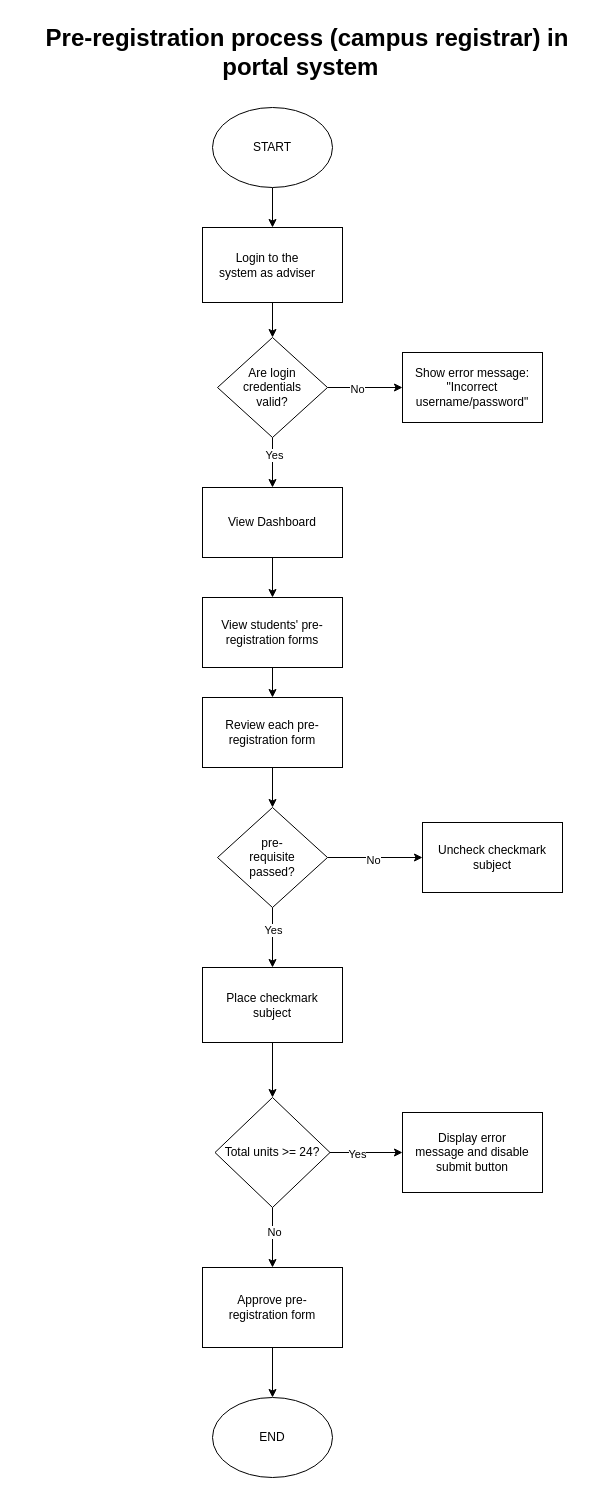
This is Flowcharts/Pre-registration Process- Campus Registrar in portal system (Assignment).drawio from samantha-arabella-r/School-Works, a draw.io file, before an edit. Source tidied: cells renumbered, new cells numbered last; positions are measured from the earlier drawing's top-left corner, leaving out a move shared by most shapes. Both pictures are drawn from the tidied source at 100%, with x=0, y=0 at pixel (17, 17).
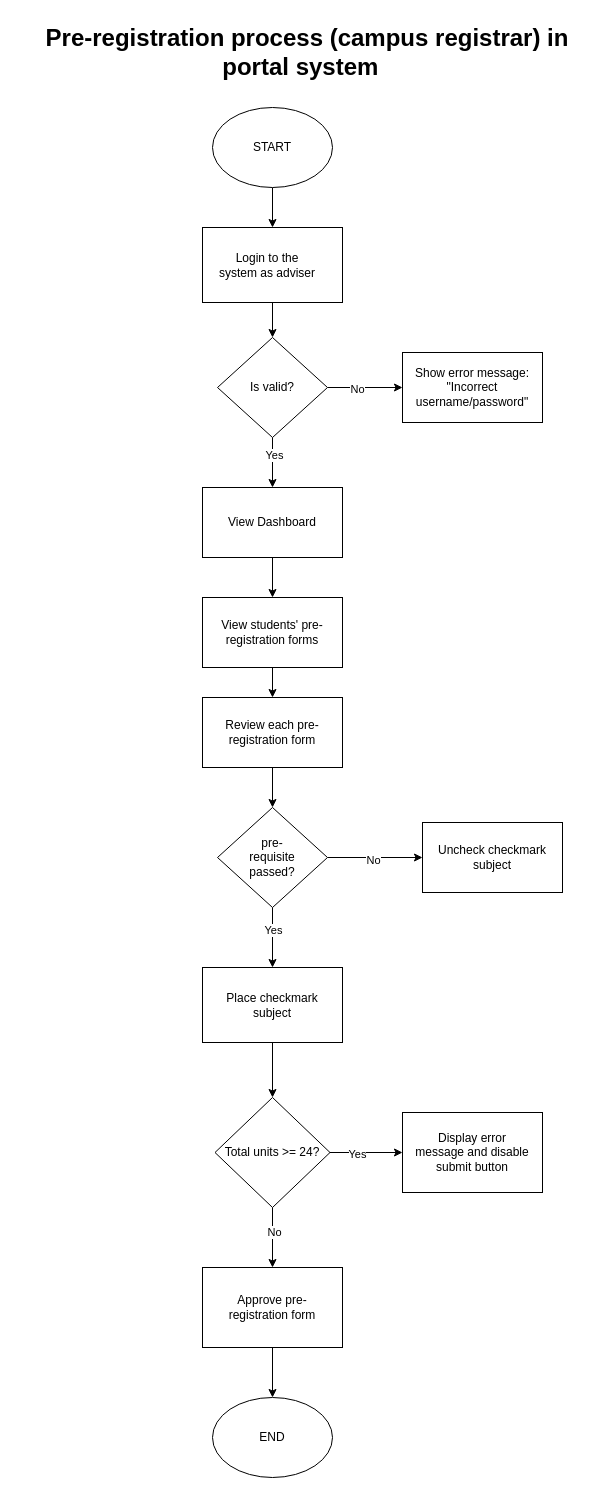
The same diagram, later.

Diff of the diagram source:
```diff
@@
-    <mxCell id="8" value="Are login credentials valid?" style="text;html=1;align=center;verticalAlign=middle;whiteSpace=wrap;rounded=0;" parent="1" vertex="1">
+    <mxCell id="8" value="Is valid?" style="text;html=1;align=center;verticalAlign=middle;whiteSpace=wrap;rounded=0;" parent="1" vertex="1">
       <mxGeometry x="225" y="355" width="60" height="30" as="geometry" />
     </mxCell>
```
